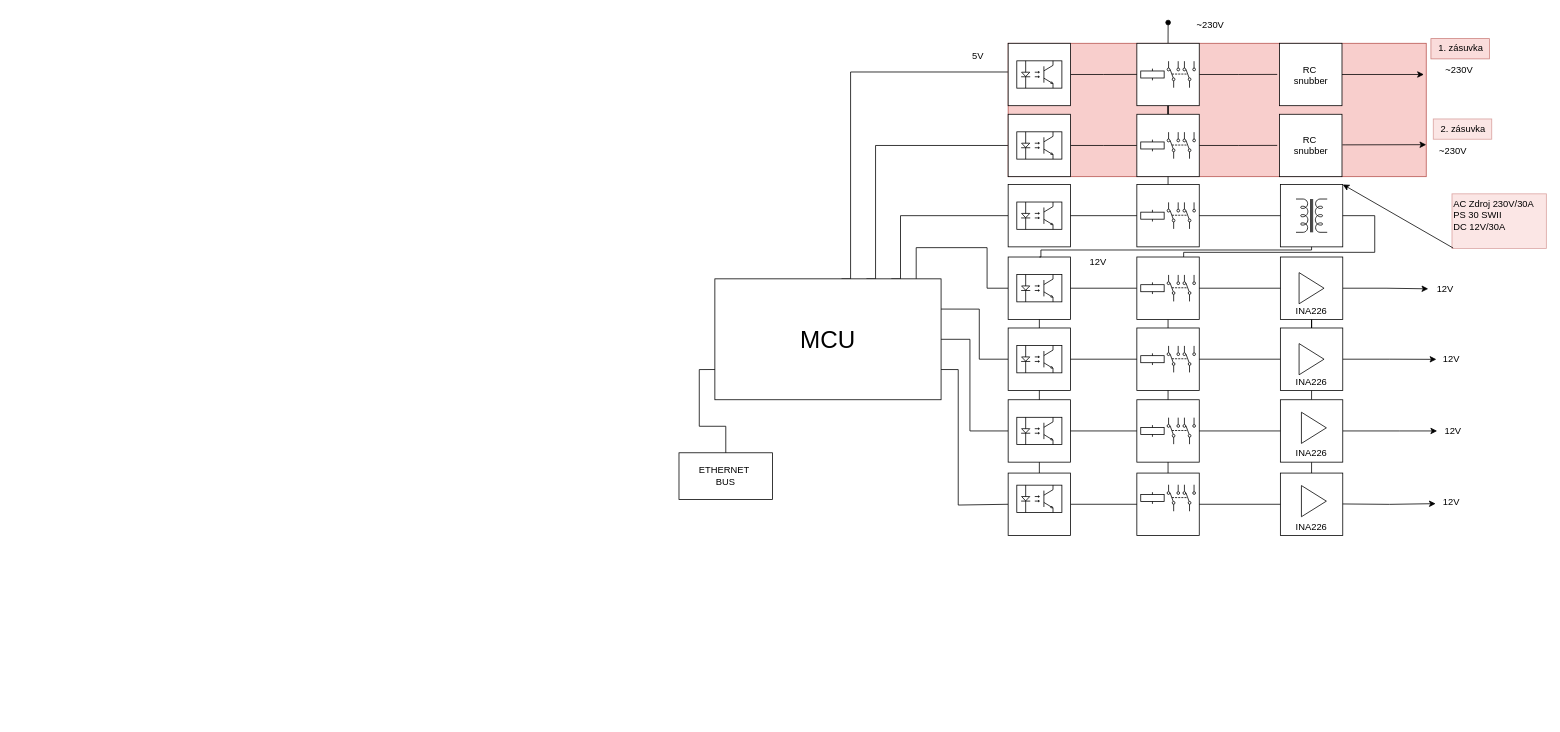
Above: blokove_schema.drawio in AdminTextilka/Bakalarka (draw.io), before the change. Source tidied: cells renumbered, new cells numbered last; positions are measured from the earlier drawing's top-left corner, leaving out a move shared by most shapes. Both pictures are drawn from the tidied source at 78%, with x=0, y=0 at pixel (679, 13).
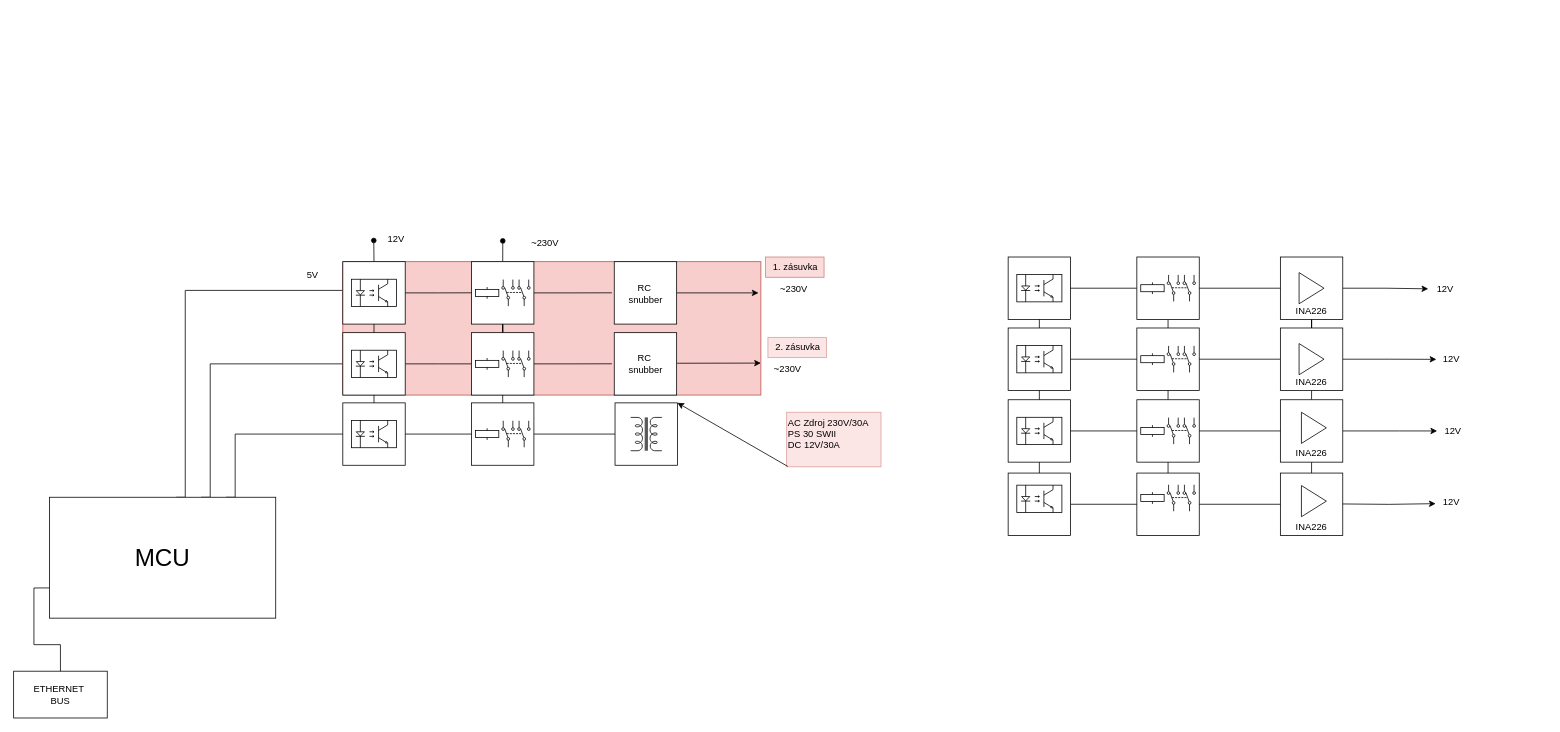
The same page after the edit.

The change refers to these unchanged cells:
```xml
<mxCell id="26" style="whiteSpace=wrap;html=1;" parent="25" vertex="1">
  <mxGeometry width="80" height="80" as="geometry" />
</mxCell>
<mxCell id="29" style="whiteSpace=wrap;html=1;" parent="28" vertex="1">
  <mxGeometry width="80" height="80" as="geometry" />
</mxCell>
<mxCell id="38" style="whiteSpace=wrap;html=1;" parent="37" vertex="1">
  <mxGeometry width="80" height="80" as="geometry" />
</mxCell>
<mxCell id="46" style="whiteSpace=wrap;html=1;" parent="45" vertex="1">
  <mxGeometry width="80" height="80" as="geometry" />
</mxCell>
<mxCell id="56" style="whiteSpace=wrap;html=1;" parent="55" vertex="1">
  <mxGeometry width="80" height="80" as="geometry" />
</mxCell>
<mxCell id="84" style="whiteSpace=wrap;html=1;" parent="83" vertex="1">
  <mxGeometry width="80" height="80" as="geometry" />
</mxCell>
<mxCell id="103" style="group;" parent="96" vertex="1">
  <mxGeometry width="100" height="80" as="geometry" />
</mxCell>
<mxCell id="105" style="whiteSpace=wrap;html=1;" parent="103" vertex="1">
  <mxGeometry width="80" height="80" as="geometry" />
</mxCell>
<mxCell id="115" style="whiteSpace=wrap;html=1;" parent="110" vertex="1">
  <mxGeometry width="80" height="80" as="geometry" />
</mxCell>
<mxCell id="122" style="whiteSpace=wrap;html=1;" parent="1" vertex="1">
  <mxGeometry x="422" y="589" width="80" height="80" as="geometry" />
</mxCell>
```

What changed in the source:
```diff
@@
     <mxCell id="2" value="~230V" style="text;html=1;align=center;verticalAlign=middle;strokeColor=none;fillColor=none;" parent="1" vertex="1">
-      <mxGeometry x="653" width="55" height="30" as="geometry" />
+      <mxGeometry x="-200" y="280" width="55" height="30" as="geometry" />
     </mxCell>
     <mxCell id="3" value="~230V" style="text;html=1;align=center;verticalAlign=middle;strokeColor=none;fillColor=none;" parent="1" vertex="1">
-      <mxGeometry x="972" y="58" width="55" height="30" as="geometry" />
+      <mxGeometry x="119" y="338" width="55" height="30" as="geometry" />
     </mxCell>
     <mxCell id="4" value="~230V" style="text;html=1;align=center;verticalAlign=middle;strokeColor=none;fillColor=none;" parent="1" vertex="1">
-      <mxGeometry x="964.5" y="161" width="55" height="30" as="geometry" />
+      <mxGeometry x="111.5" y="441" width="55" height="30" as="geometry" />
     </mxCell>
     <mxCell id="5" value="ETHERNET&amp;nbsp;&lt;br&gt;BUS" style="rounded=0;whiteSpace=wrap;html=1;" parent="1" vertex="1">
-      <mxGeometry y="563" width="120" height="60" as="geometry" />
+      <mxGeometry x="-853" y="843" width="120" height="60" as="geometry" />
     </mxCell>
     <mxCell id="6" value="5V" style="text;html=1;align=center;verticalAlign=middle;strokeColor=none;fillColor=none;" parent="1" vertex="1">
-      <mxGeometry x="365" y="40" width="35" height="30" as="geometry" />
+      <mxGeometry x="-488" y="320" width="35" height="30" as="geometry" />
     </mxCell>
     <mxCell id="7" value="1. zásuvka" style="text;html=1;align=center;verticalAlign=middle;strokeColor=#b85450;fillColor=#f8cecc;opacity=70;" parent="1" vertex="1">
-      <mxGeometry x="964" y="32" width="75" height="26" as="geometry" />
+      <mxGeometry x="111" y="312" width="75" height="26" as="geometry" />
     </mxCell>
     <mxCell id="8" value="2. zásuvka" style="text;html=1;align=center;verticalAlign=middle;strokeColor=#b85450;fillColor=#f8cecc;opacity=50;" parent="1" vertex="1">
-      <mxGeometry x="967" y="135" width="75" height="26" as="geometry" />
+      <mxGeometry x="114" y="415" width="75" height="26" as="geometry" />
     </mxCell>
     <mxCell id="9" value="AC Zdroj 230V/30A&lt;br&gt;PS 30 SWII&lt;br&gt;DC 12V&lt;span style=&quot;background-color: initial;&quot;&gt;/30A&lt;/span&gt;&lt;div&gt;&lt;div&gt;&lt;br&gt;&lt;/div&gt;&lt;/div&gt;" style="text;html=1;align=left;verticalAlign=middle;points=[];strokeColor=#b85450;fillColor=#f8cecc;opacity=50;" parent="1" vertex="1">
-      <mxGeometry x="991" y="231" width="121" height="70" as="geometry" />
+      <mxGeometry x="138" y="511" width="121" height="70" as="geometry" />
     </mxCell>
@@
     <mxCell id="15" style="edgeStyle=orthogonalEdgeStyle;rounded=0;jettySize=auto;html=1;exitX=0.67;exitY=0;exitDx=0;exitDy=0;exitPerimeter=0;entryX=0;entryY=0.5;entryDx=0;entryDy=0;endArrow=none;endFill=0;" parent="1" edge="1" source="22" target="115">
       <mxGeometry relative="1" as="geometry">
         <Array as="points">
-          <mxPoint x="252" y="340" />
-          <mxPoint x="252" y="169" />
+          <mxPoint x="-601" y="620" />
+          <mxPoint x="-601" y="449" />
         </Array>
       </mxGeometry>
     </mxCell>
     <mxCell id="16" style="edgeStyle=orthogonalEdgeStyle;rounded=0;jettySize=auto;html=1;exitX=0.56;exitY=0;exitDx=0;exitDy=0;exitPerimeter=0;endArrow=none;endFill=0;entryX=-0.003;entryY=0.46;entryDx=0;entryDy=0;entryPerimeter=0;" parent="1" edge="1" source="22" target="105">
       <mxGeometry relative="1" as="geometry">
         <Array as="points">
-          <mxPoint x="220" y="75" />
+          <mxPoint x="-633" y="355" />
         </Array>
       </mxGeometry>
     </mxCell>
     <mxCell id="17" style="edgeStyle=orthogonalEdgeStyle;rounded=0;jettySize=auto;html=1;exitX=0.78;exitY=0;exitDx=0;exitDy=0;exitPerimeter=0;entryX=0;entryY=0.5;entryDx=0;entryDy=0;endArrow=none;endFill=0;" parent="1" edge="1" source="22" target="29">
       <mxGeometry relative="1" as="geometry">
         <Array as="points">
-          <mxPoint x="284" y="340" />
-          <mxPoint x="284" y="259" />
+          <mxPoint x="-569" y="620" />
+          <mxPoint x="-569" y="539" />
         </Array>
       </mxGeometry>
     </mxCell>
-    <mxCell id="18" style="edgeStyle=orthogonalEdgeStyle;rounded=0;jettySize=auto;html=1;exitX=0.89;exitY=0;exitDx=0;exitDy=0;exitPerimeter=0;endArrow=none;endFill=0;entryX=0;entryY=0.5;entryDx=0;entryDy=0;" parent="1" edge="1" source="22" target="38">
-      <mxGeometry relative="1" as="geometry">
-        <Array as="points">
-          <mxPoint x="304" y="300" />
-          <mxPoint x="395" y="300" />
-          <mxPoint x="395" y="352" />
-        </Array>
-      </mxGeometry>
-    </mxCell>
-    <mxCell id="19" style="edgeStyle=orthogonalEdgeStyle;rounded=0;jettySize=auto;html=1;exitX=1;exitY=0.25;exitDx=0;exitDy=0;exitPerimeter=0;entryX=0;entryY=0.5;entryDx=0;entryDy=0;endArrow=none;endFill=0;" parent="1" edge="1" source="22" target="46">
-      <mxGeometry relative="1" as="geometry">
-        <Array as="points">
-          <mxPoint x="385" y="379" />
-          <mxPoint x="385" y="443" />
-        </Array>
-      </mxGeometry>
-    </mxCell>
-    <mxCell id="20" style="edgeStyle=orthogonalEdgeStyle;rounded=0;jettySize=auto;html=1;exitX=1;exitY=0.5;exitDx=0;exitDy=0;exitPerimeter=0;entryX=0;entryY=0.5;entryDx=0;entryDy=0;endArrow=none;endFill=0;" parent="1" edge="1" source="22" target="56">
-      <mxGeometry relative="1" as="geometry">
-        <Array as="points">
-          <mxPoint x="373" y="417" />
-          <mxPoint x="373" y="535" />
-        </Array>
-      </mxGeometry>
-    </mxCell>
-    <mxCell id="21" style="edgeStyle=orthogonalEdgeStyle;rounded=0;jettySize=auto;html=1;exitX=1;exitY=0.75;exitDx=0;exitDy=0;exitPerimeter=0;entryX=0;entryY=0.5;entryDx=0;entryDy=0;endArrow=none;endFill=0;" parent="1" edge="1" source="22" target="122">
-      <mxGeometry relative="1" as="geometry">
-        <Array as="points">
-          <mxPoint x="358" y="456" />
-          <mxPoint x="358" y="630" />
-          <mxPoint x="422" y="630" />
-        </Array>
-      </mxGeometry>
-    </mxCell>
     <mxCell id="22" value="&lt;font style=&quot;font-size: 31px;&quot;&gt;MCU&lt;/font&gt;" style="rounded=0;whiteSpace=wrap;html=1;points=[[0,0,0,0,0],[0,0.25,0,0,0],[0,0.5,0,0,0],[0,0.75,0,0,0],[0,1,0,0,0],[0.11,0,0,0,0],[0.11,1,0,0,0],[0.22,0,0,0,0],[0.22,1,0,0,0],[0.33,0,0,0,0],[0.33,1,0,0,0],[0.44,0,0,0,0],[0.44,1,0,0,0],[0.56,0,0,0,0],[0.56,1,0,0,0],[0.67,0,0,0,0],[0.67,1,0,0,0],[0.78,0,0,0,0],[0.78,1,0,0,0],[0.89,0,0,0,0],[0.89,1,0,0,0],[1,0,0,0,0],[1,0.25,0,0,0],[1,0.5,0,0,0],[1,0.75,0,0,0],[1,1,0,0,0]];" parent="1" vertex="1">
-      <mxGeometry x="46" y="340" width="290" height="155" as="geometry" />
+      <mxGeometry x="-807" y="620" width="290" height="155" as="geometry" />
     </mxCell>
@@
     <mxCell id="25" style="group;" parent="1" vertex="1">
-      <mxGeometry x="771" y="219" width="80" height="80" as="geometry" />
+      <mxGeometry x="-82" y="499" width="80" height="80" as="geometry" />
     </mxCell>
@@
     <mxCell id="28" style="group;" parent="1" vertex="1">
-      <mxGeometry x="422" y="219" width="80" height="80" as="geometry" />
+      <mxGeometry x="-431" y="499" width="80" height="80" as="geometry" />
     </mxCell>
@@
     <mxCell id="31" style="group;" parent="1" vertex="1">
-      <mxGeometry x="587" y="219" width="80" height="80" as="geometry" />
+      <mxGeometry x="-266" y="499" width="80" height="80" as="geometry" />
     </mxCell>
@@
-    <mxCell id="40" style="edgeStyle=orthogonalEdgeStyle;rounded=0;jettySize=auto;html=1;entryX=0.75;entryY=0;entryDx=0;entryDy=0;endArrow=none;endFill=0;" parent="1" edge="1" source="26" target="84">
-      <mxGeometry relative="1" as="geometry">
-        <Array as="points">
-          <mxPoint x="892" y="259" />
-          <mxPoint x="892" y="306" />
-          <mxPoint x="647" y="306" />
-        </Array>
-      </mxGeometry>
-    </mxCell>
@@
-    <mxCell id="49" style="edgeStyle=orthogonalEdgeStyle;rounded=0;jettySize=auto;html=1;exitX=0.5;exitY=1;exitDx=0;exitDy=0;entryX=0.5;entryY=0;entryDx=0;entryDy=0;endArrow=none;endFill=0;" parent="1" edge="1" source="26" target="38">
-      <mxGeometry relative="1" as="geometry">
-        <Array as="points">
-          <mxPoint x="811" y="303" />
-          <mxPoint x="464" y="303" />
-          <mxPoint x="464" y="312" />
-        </Array>
-      </mxGeometry>
-    </mxCell>
@@
     <mxCell id="92" value="12&lt;span style=&quot;background-color: initial;&quot;&gt;V&lt;/span&gt;" style="text;html=1;align=center;verticalAlign=middle;strokeColor=none;fillColor=none;" parent="1" vertex="1">
-      <mxGeometry x="517" y="306" width="39" height="26" as="geometry" />
+      <mxGeometry x="-383" y="276" width="39" height="26" as="geometry" />
     </mxCell>
@@
     <mxCell id="94" style="group;fillColor=#f8cecc;strokeColor=#b85450;" parent="1" vertex="1">
-      <mxGeometry x="422" y="38" width="536" height="171" as="geometry" />
+      <mxGeometry x="-431" y="318" width="536" height="171" as="geometry" />
     </mxCell>
@@
+    <mxCell id="125" style="edgeStyle=orthogonalEdgeStyle;rounded=0;jettySize=auto;html=1;exitX=0.5;exitY=0;exitDx=0;exitDy=0;endArrow=oval;endFill=1;" parent="103" edge="1" source="105">
+      <mxGeometry relative="1" as="geometry">
+        <mxPoint x="39.7" y="-27.2" as="targetPoint" />
+      </mxGeometry>
+    </mxCell>
@@
+    <mxCell id="126" style="edgeStyle=orthogonalEdgeStyle;rounded=0;jettySize=auto;html=1;exitX=0.5;exitY=1;exitDx=0;exitDy=0;entryX=0.5;entryY=0;entryDx=0;entryDy=0;endArrow=none;endFill=0;" parent="94" edge="1" source="105" target="115">
+      <mxGeometry relative="1" as="geometry" />
+    </mxCell>
@@
+    <mxCell id="127" style="edgeStyle=orthogonalEdgeStyle;rounded=0;jettySize=auto;html=1;exitX=0.5;exitY=1;exitDx=0;exitDy=0;entryX=0.5;entryY=0;entryDx=0;entryDy=0;endArrow=none;endFill=0;" parent="1" edge="1" source="115" target="29">
+      <mxGeometry relative="1" as="geometry" />
+    </mxCell>
```
